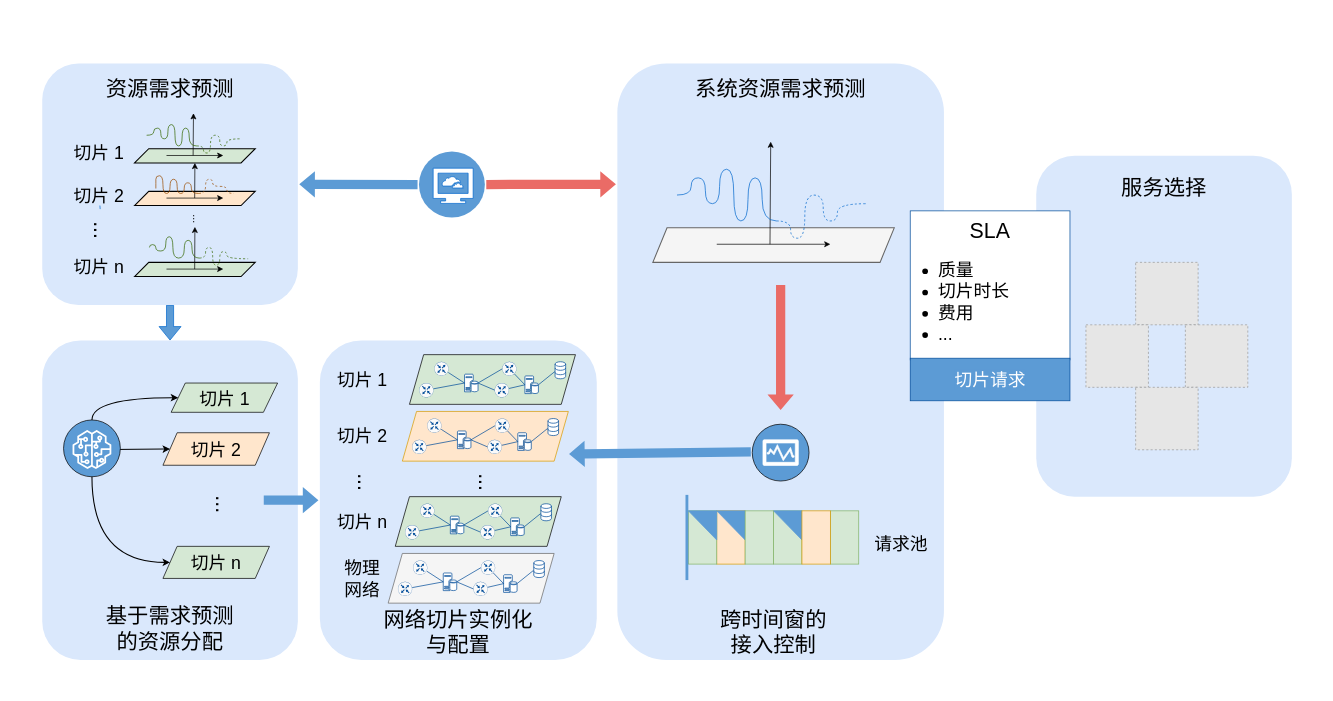
Above: 切片调度.drawio in SOANykun/SOA.github.io (draw.io), before the change. Source tidied: cells renumbered, new cells numbered last; positions are measured from the earlier drawing's top-left corner, leaving out a move shared by most shapes. Both pictures are drawn from the tidied source at 71%, with x=0, y=0 at pixel (42, 63). Pictures stored in the file or linked from it are replaced by grey dashed boxes.
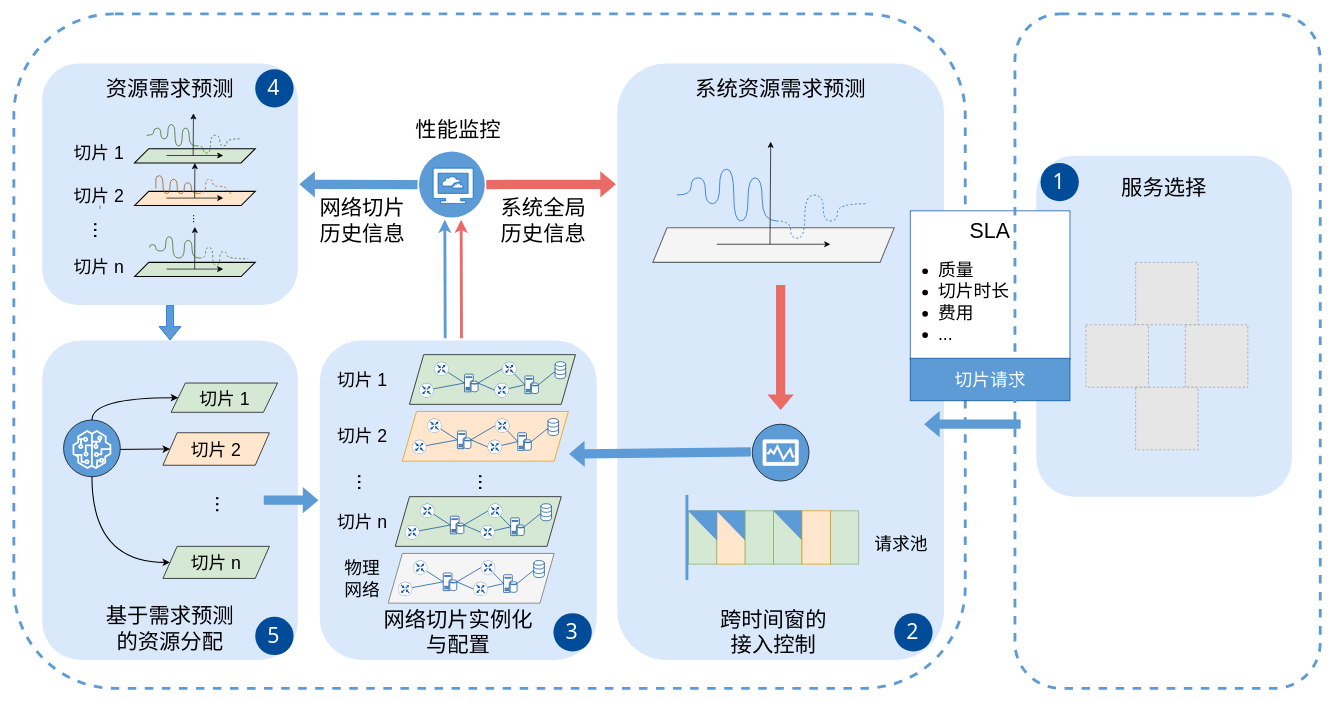
After the change.

Commit message (it also covers changes not shown here):
更新切片调度.drawio

Unchanged cells that the change refers to:
```xml
<mxCell id="62" style="group;" parent="1" vertex="1">
  <mxGeometry y="390" width="362.5" height="450" as="geometry" />
</mxCell>
```

Change to the diagram source:
```diff
@@
+    <mxCell id="161" style="rounded=1;whiteSpace=wrap;html=1;labelBackgroundColor=#5C9BD5;strokeColor=#5C9BD5;strokeWidth=4;fontSize=25;fontColor=#FFFFFF;fillColor=none;dashed=1;" parent="1" vertex="1">
+      <mxGeometry x="-40" y="-70" width="1340" height="950" as="geometry" />
+    </mxCell>
@@
+    <mxCell id="162" value="&lt;span style=&quot;font-size: 30px;&quot;&gt;5&lt;/span&gt;" style="ellipse;whiteSpace=wrap;html=1;strokeWidth=2;fontFamily=Tahoma;spacingBottom=4;spacingRight=2;strokeColor=none;dashed=1;labelBackgroundColor=#004C99;fontSize=25;fontColor=#FFFFFF;fillColor=#004C99;" parent="62" vertex="1">
+      <mxGeometry x="300" y="389.2" width="54" height="54" as="geometry" />
+    </mxCell>
@@
+    <mxCell id="163" style="endArrow=classic;html=1;rounded=0;strokeColor=#5C9BD5;strokeWidth=4;fontSize=25;fontColor=#FFFFFF;fillColor=#EA6B66;curved=1;exitX=0.473;exitY=-0.007;exitDx=0;exitDy=0;exitPerimeter=0;" parent="1" edge="1">
+      <mxGeometry relative="1" as="geometry">
+        <mxPoint x="567.5" y="386.9" as="sourcePoint" />
+        <mxPoint x="567" y="220" as="targetPoint" />
+      </mxGeometry>
+    </mxCell>
+    <mxCell id="164" style="endArrow=classic;html=1;rounded=0;strokeColor=#EA6B66;strokeWidth=4;fontSize=25;fontColor=#FFFFFF;fillColor=#EA6B66;curved=1;exitX=0.473;exitY=-0.007;exitDx=0;exitDy=0;exitPerimeter=0;" parent="1" edge="1">
+      <mxGeometry relative="1" as="geometry">
+        <mxPoint x="590.5" y="386.9" as="sourcePoint" />
+        <mxPoint x="590" y="220" as="targetPoint" />
+      </mxGeometry>
+    </mxCell>
+    <mxCell id="165" value="网络切片历史信息" style="text;strokeColor=none;align=center;fillColor=none;html=1;verticalAlign=middle;whiteSpace=wrap;rounded=0;fontSize=30;" parent="1" vertex="1">
+      <mxGeometry x="376" y="204" width="150" height="33.8" as="geometry" />
+    </mxCell>
+    <mxCell id="166" value="系统全局历史信息" style="text;strokeColor=none;align=center;fillColor=none;html=1;verticalAlign=middle;whiteSpace=wrap;rounded=0;fontSize=30;" parent="1" vertex="1">
+      <mxGeometry x="631" y="204" width="150" height="33.8" as="geometry" />
+    </mxCell>
+    <mxCell id="167" value="性能监控" style="text;strokeColor=none;align=center;fillColor=none;html=1;verticalAlign=middle;whiteSpace=wrap;rounded=0;fontSize=30;" parent="1" vertex="1">
+      <mxGeometry x="511" y="76.2" width="150" height="33.8" as="geometry" />
+    </mxCell>
+    <mxCell id="168" style="shape=flexArrow;endArrow=classic;html=1;rounded=0;strokeColor=none;strokeWidth=4;fontSize=25;fontColor=#FFFFFF;fillColor=#5C9BD5;curved=1;" parent="1" edge="1">
+      <mxGeometry relative="1" as="geometry">
+        <mxPoint x="1380" y="508" as="sourcePoint" />
+        <mxPoint x="1240" y="508" as="targetPoint" />
+      </mxGeometry>
+    </mxCell>
+    <mxCell id="169" style="rounded=1;whiteSpace=wrap;html=1;labelBackgroundColor=#5C9BD5;strokeColor=#5C9BD5;strokeWidth=4;fontSize=25;fontColor=#FFFFFF;fillColor=none;dashed=1;" parent="1" vertex="1">
+      <mxGeometry x="1370" y="-70" width="430" height="950" as="geometry" />
+    </mxCell>
+    <mxCell id="170" value="&lt;font style=&quot;font-size: 30px; background-color: rgb(0, 76, 153);&quot;&gt;1&lt;/font&gt;" style="ellipse;whiteSpace=wrap;html=1;strokeWidth=2;fontFamily=Tahoma;spacingBottom=4;spacingRight=2;strokeColor=none;dashed=1;labelBackgroundColor=#004C99;fontSize=25;fontColor=#FFFFFF;fillColor=#004C99;" parent="1" vertex="1">
+      <mxGeometry x="1406" y="140" width="54" height="54" as="geometry" />
+    </mxCell>
+    <mxCell id="171" value="&lt;font style=&quot;font-size: 30px; background-color: rgb(0, 76, 153);&quot;&gt;2&lt;/font&gt;" style="ellipse;whiteSpace=wrap;html=1;strokeWidth=2;fontFamily=Tahoma;spacingBottom=4;spacingRight=2;strokeColor=none;dashed=1;labelBackgroundColor=#004C99;fontSize=25;fontColor=#FFFFFF;fillColor=#004C99;" parent="1" vertex="1">
+      <mxGeometry x="1200" y="774.1" width="54" height="54" as="geometry" />
+    </mxCell>
+    <mxCell id="172" value="&lt;font style=&quot;font-size: 30px; background-color: rgb(0, 76, 153);&quot;&gt;3&lt;/font&gt;" style="ellipse;whiteSpace=wrap;html=1;strokeWidth=2;fontFamily=Tahoma;spacingBottom=4;spacingRight=2;strokeColor=none;dashed=1;labelBackgroundColor=#004C99;fontSize=25;fontColor=#FFFFFF;fillColor=#004C99;" parent="1" vertex="1">
+      <mxGeometry x="720" y="774.1" width="54" height="54" as="geometry" />
+    </mxCell>
+    <mxCell id="173" value="&lt;font style=&quot;font-size: 30px; background-color: rgb(0, 76, 153);&quot;&gt;4&lt;/font&gt;" style="ellipse;whiteSpace=wrap;html=1;strokeWidth=2;fontFamily=Tahoma;spacingBottom=4;spacingRight=2;strokeColor=none;dashed=1;labelBackgroundColor=#004C99;fontSize=25;fontColor=#FFFFFF;fillColor=#004C99;" parent="1" vertex="1">
+      <mxGeometry x="300" y="8" width="54" height="54" as="geometry" />
+    </mxCell>
```
